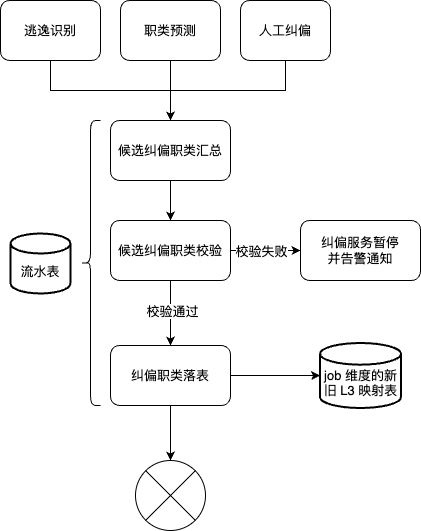
Earlier version of the draw.io export work-draw-file/职类纠偏.png (liujunao/draw-data). Source tidied: cells renumbered, new cells last; positions are measured from the earlier drawing's top-left corner, leaving out a move shared by most shapes.
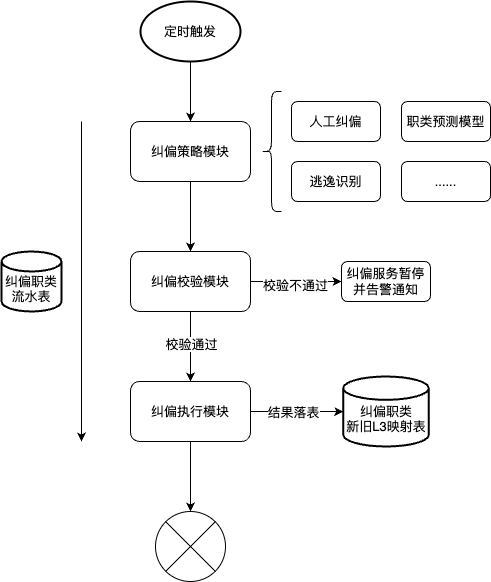
The same diagram one commit later.

Commit message:
更新职类纠偏.png

Change to the diagram source:
```diff
@@ -2,70 +2,77 @@
   <root>
     <mxCell id="0" />
     <mxCell id="1" parent="0" />
+    <mxCell id="23" style="edgeStyle=orthogonalEdgeStyle;rounded=0;jettySize=auto;html=1;exitX=1;exitY=0.5;exitDx=0;exitDy=0;" parent="1" edge="1" source="4" target="33">
+      <mxGeometry relative="1" as="geometry" />
+    </mxCell>
+    <mxCell id="24" value="结果落表" style="edgeLabel;html=1;align=center;verticalAlign=middle;" parent="23" vertex="1">
+      <mxGeometry x="-0.09" relative="1" as="geometry" />
+    </mxCell>
     <mxCell id="2" style="edgeStyle=orthogonalEdgeStyle;rounded=0;jettySize=auto;html=1;exitX=0.5;exitY=1;exitDx=0;exitDy=0;entryX=0.5;entryY=0;entryDx=0;entryDy=0;entryPerimeter=0;" parent="1" edge="1" source="4" target="21">
       <mxGeometry relative="1" as="geometry" />
     </mxCell>
-    <mxCell id="3" style="edgeStyle=orthogonalEdgeStyle;rounded=0;jettySize=auto;html=1;exitX=1;exitY=0.5;exitDx=0;exitDy=0;entryX=0;entryY=0.5;entryDx=0;entryDy=0;entryPerimeter=0;" parent="1" edge="1" source="4" target="22">
-      <mxGeometry relative="1" as="geometry" />
-    </mxCell>
-    <mxCell id="4" value="纠偏职类落表" style="rounded=1;whiteSpace=wrap;html=1;" parent="1" vertex="1">
-      <mxGeometry x="110" y="345" width="120" height="60" as="geometry" />
+    <mxCell id="4" value="纠偏执行模块" style="rounded=1;whiteSpace=wrap;html=1;" parent="1" vertex="1">
+      <mxGeometry x="90" y="340" width="120" height="60" as="geometry" />
     </mxCell>
     <mxCell id="5" style="edgeStyle=orthogonalEdgeStyle;rounded=0;jettySize=auto;html=1;exitX=0.5;exitY=1;exitDx=0;exitDy=0;" parent="1" edge="1" source="9" target="4">
       <mxGeometry relative="1" as="geometry" />
     </mxCell>
     <mxCell id="6" value="校验通过" style="edgeLabel;html=1;align=center;verticalAlign=middle;" parent="5" vertex="1">
-      <mxGeometry x="-0.08" y="1" relative="1" as="geometry" />
+      <mxGeometry x="-0.09" relative="1" as="geometry" />
     </mxCell>
-    <mxCell id="7" style="edgeStyle=orthogonalEdgeStyle;rounded=0;jettySize=auto;html=1;exitX=1;exitY=0.5;exitDx=0;exitDy=0;" parent="1" edge="1" source="9" target="18">
-      <mxGeometry relative="1" as="geometry" />
-    </mxCell>
-    <mxCell id="8" value="校验失败" style="edgeLabel;html=1;align=center;verticalAlign=middle;" parent="7" vertex="1">
-      <mxGeometry x="-0.47" relative="1" as="geometry">
-        <mxPoint x="11" as="offset" />
-      </mxGeometry>
-    </mxCell>
+    <mxCell id="25" style="edgeStyle=orthogonalEdgeStyle;rounded=0;jettySize=auto;html=1;exitX=1;exitY=0.5;exitDx=0;exitDy=0;" parent="1" edge="1" source="9" target="32">
+      <mxGeometry relative="1" as="geometry" />
+    </mxCell>
+    <mxCell id="26" value="校验不通过" style="edgeLabel;html=1;align=center;verticalAlign=middle;" parent="25" vertex="1">
+      <mxGeometry x="-0.03" y="-3" relative="1" as="geometry" />
+    </mxCell>
-    <mxCell id="9" value="候选纠偏职类校验" style="rounded=1;whiteSpace=wrap;html=1;" parent="1" vertex="1">
-      <mxGeometry x="110" y="220" width="120" height="60" as="geometry" />
+    <mxCell id="9" value="纠偏校验模块" style="rounded=1;whiteSpace=wrap;html=1;" parent="1" vertex="1">
+      <mxGeometry x="90" y="210" width="120" height="60" as="geometry" />
     </mxCell>
     <mxCell id="10" style="edgeStyle=orthogonalEdgeStyle;rounded=0;jettySize=auto;html=1;exitX=0.5;exitY=1;exitDx=0;exitDy=0;" parent="1" edge="1" source="11" target="9">
       <mxGeometry relative="1" as="geometry" />
     </mxCell>
-    <mxCell id="11" value="候选纠偏职类汇总" style="rounded=1;whiteSpace=wrap;html=1;" parent="1" vertex="1">
-      <mxGeometry x="110" y="120" width="120" height="60" as="geometry" />
+    <mxCell id="11" value="纠偏策略模块" style="rounded=1;whiteSpace=wrap;html=1;" parent="1" vertex="1">
+      <mxGeometry x="90" y="80" width="120" height="60" as="geometry" />
     </mxCell>
-    <mxCell id="12" style="edgeStyle=orthogonalEdgeStyle;rounded=0;jettySize=auto;html=1;exitX=0.5;exitY=1;exitDx=0;exitDy=0;entryX=0.5;entryY=0;entryDx=0;entryDy=0;" parent="1" edge="1" source="13" target="11">
-      <mxGeometry relative="1" as="geometry" />
-    </mxCell>
-    <mxCell id="13" value="人工纠偏" style="rounded=1;whiteSpace=wrap;html=1;" parent="1" vertex="1">
-      <mxGeometry x="240" width="90" height="60" as="geometry" />
-    </mxCell>
-    <mxCell id="14" style="edgeStyle=orthogonalEdgeStyle;rounded=0;jettySize=auto;html=1;exitX=0.5;exitY=1;exitDx=0;exitDy=0;entryX=0.5;entryY=0;entryDx=0;entryDy=0;" parent="1" edge="1" source="15" target="11">
-      <mxGeometry relative="1" as="geometry" />
-    </mxCell>
-    <mxCell id="15" value="职类预测" style="rounded=1;whiteSpace=wrap;html=1;" parent="1" vertex="1">
-      <mxGeometry x="120" width="100" height="60" as="geometry" />
-    </mxCell>
-    <mxCell id="16" style="edgeStyle=orthogonalEdgeStyle;rounded=0;jettySize=auto;html=1;exitX=0.5;exitY=1;exitDx=0;exitDy=0;" parent="1" edge="1" source="17" target="11">
-      <mxGeometry relative="1" as="geometry" />
-    </mxCell>
-    <mxCell id="17" value="逃逸识别" style="rounded=1;whiteSpace=wrap;html=1;" parent="1" vertex="1">
-      <mxGeometry width="100" height="60" as="geometry" />
-    </mxCell>
-    <mxCell id="18" value="纠偏服务暂停&lt;br&gt;并告警通知" style="rounded=1;whiteSpace=wrap;html=1;" parent="1" vertex="1">
-      <mxGeometry x="300" y="220" width="120" height="60" as="geometry" />
-    </mxCell>
-    <mxCell id="19" style="shape=curlyBracket;whiteSpace=wrap;html=1;rounded=1;labelPosition=left;verticalLabelPosition=middle;align=right;verticalAlign=middle;" parent="1" vertex="1">
-      <mxGeometry x="80" y="120" width="20" height="285" as="geometry" />
-    </mxCell>
-    <mxCell id="20" value="&lt;br&gt;流水表" style="strokeWidth=2;html=1;shape=mxgraph.flowchart.database;whiteSpace=wrap;" parent="1" vertex="1">
-      <mxGeometry x="10" y="233" width="60" height="60" as="geometry" />
+    <mxCell id="20" value="&lt;br&gt;纠偏职类&lt;br&gt;流水表" style="strokeWidth=2;html=1;shape=mxgraph.flowchart.database;whiteSpace=wrap;" parent="1" vertex="1">
+      <mxGeometry x="-39" y="210" width="60" height="60" as="geometry" />
     </mxCell>
     <mxCell id="21" style="verticalLabelPosition=bottom;verticalAlign=top;html=1;shape=mxgraph.flowchart.or;" parent="1" vertex="1">
-      <mxGeometry x="135" y="460" width="70" height="70" as="geometry" />
+      <mxGeometry x="115" y="470" width="70" height="70" as="geometry" />
     </mxCell>
-    <mxCell id="22" value="&lt;br&gt;job 维度的新旧 L3 映射表" style="strokeWidth=2;html=1;shape=mxgraph.flowchart.database;whiteSpace=wrap;" parent="1" vertex="1">
-      <mxGeometry x="319.5" y="342.5" width="81" height="65" as="geometry" />
-    </mxCell>
+    <mxCell id="27" style="edgeStyle=orthogonalEdgeStyle;rounded=0;jettySize=auto;html=1;exitX=0.5;exitY=1;exitDx=0;exitDy=0;exitPerimeter=0;" parent="1" edge="1" source="28" target="11">
+      <mxGeometry relative="1" as="geometry" />
+    </mxCell>
+    <mxCell id="28" value="定时触发" style="strokeWidth=2;html=1;shape=mxgraph.flowchart.start_1;whiteSpace=wrap;" parent="1" vertex="1">
+      <mxGeometry x="100" y="-40" width="100" height="60" as="geometry" />
+    </mxCell>
+    <mxCell id="29" value="职类预测模型" style="rounded=1;whiteSpace=wrap;html=1;" parent="1" vertex="1">
+      <mxGeometry x="361" y="60" width="89" height="40" as="geometry" />
+    </mxCell>
+    <mxCell id="13" value="人工纠偏" style="rounded=1;whiteSpace=wrap;html=1;" parent="1" vertex="1">
+      <mxGeometry x="251" y="60" width="89" height="40" as="geometry" />
+    </mxCell>
+    <mxCell id="17" value="逃逸识别" style="rounded=1;whiteSpace=wrap;html=1;" parent="1" vertex="1">
+      <mxGeometry x="251" y="120" width="89" height="40" as="geometry" />
+    </mxCell>
+    <mxCell id="30" value="......" style="rounded=1;whiteSpace=wrap;html=1;" parent="1" vertex="1">
+      <mxGeometry x="361" y="120" width="89" height="40" as="geometry" />
+    </mxCell>
+    <mxCell id="31" style="shape=curlyBracket;whiteSpace=wrap;html=1;rounded=1;labelPosition=left;verticalLabelPosition=middle;align=right;verticalAlign=middle;" parent="1" vertex="1">
+      <mxGeometry x="221" y="50" width="20" height="120" as="geometry" />
+    </mxCell>
+    <mxCell id="32" value="&lt;p&gt;纠偏服务暂停并告警通知&lt;/p&gt;" style="rounded=1;whiteSpace=wrap;html=1;" parent="1" vertex="1">
+      <mxGeometry x="301" y="220" width="89" height="40" as="geometry" />
+    </mxCell>
+    <mxCell id="33" value="&lt;br&gt;纠偏职类&lt;br&gt;新旧L3映射表" style="strokeWidth=2;html=1;shape=mxgraph.flowchart.database;whiteSpace=wrap;" parent="1" vertex="1">
+      <mxGeometry x="302.8" y="335" width="85.5" height="70" as="geometry" />
+    </mxCell>
+    <mxCell id="34" style="endArrow=classic;html=1;rounded=0;" parent="1" edge="1">
+      <mxGeometry relative="1" as="geometry">
+        <mxPoint x="41" y="80" as="sourcePoint" />
+        <mxPoint x="41" y="400" as="targetPoint" />
+      </mxGeometry>
+    </mxCell>
   </root>
 </mxGraphModel>
```
